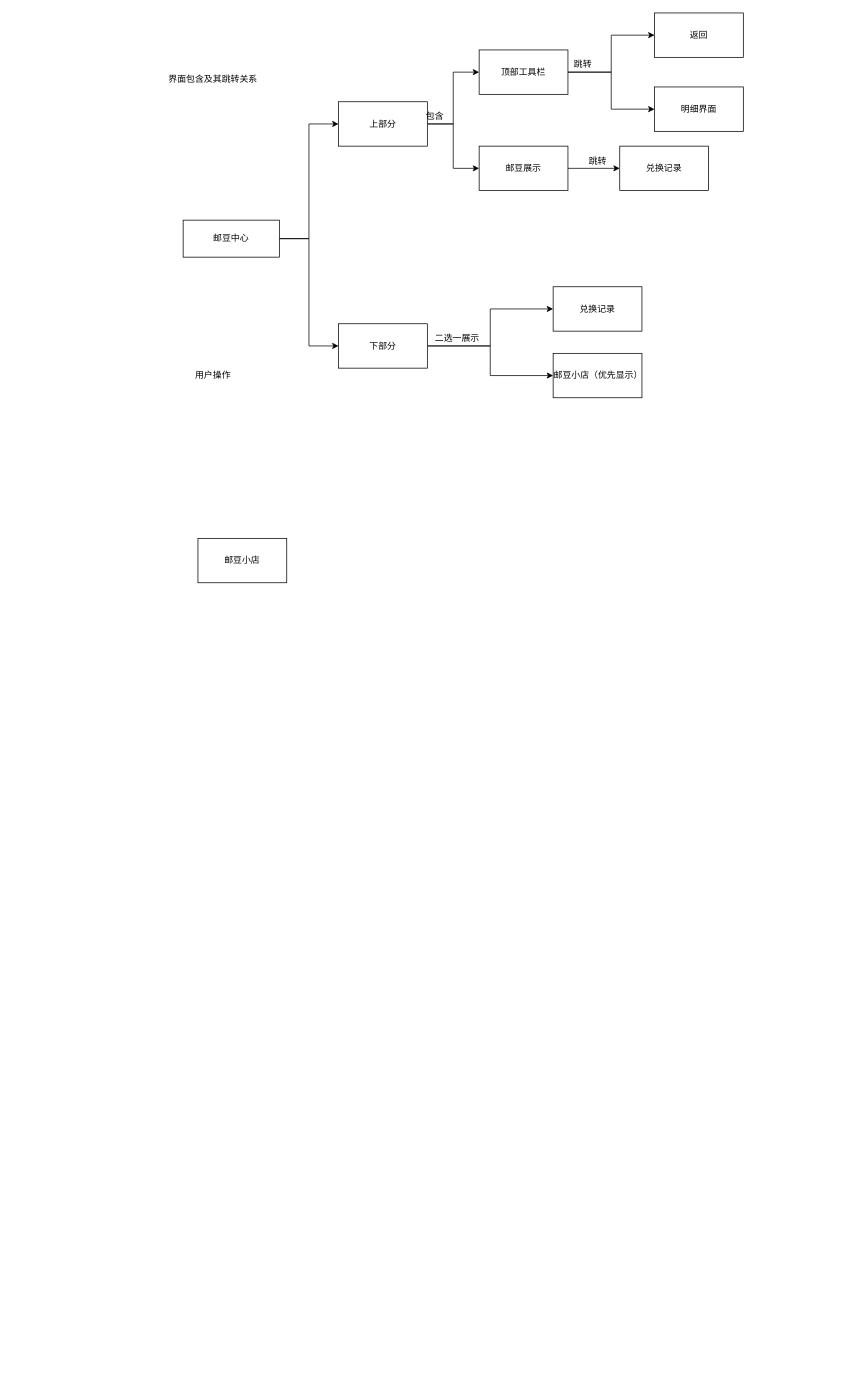
Before: src/未命名绘图.drawio in False-Mask/test, a draw.io diagram. Source tidied: cells renumbered, new cells numbered last; positions are measured from the earlier drawing's top-left corner, leaving out a move shared by most shapes. Both pictures are drawn from the tidied source at 74%, with x=0, y=0 at pixel (161, 13). Pictures stored in the file or linked from it are replaced by grey dashed boxes.
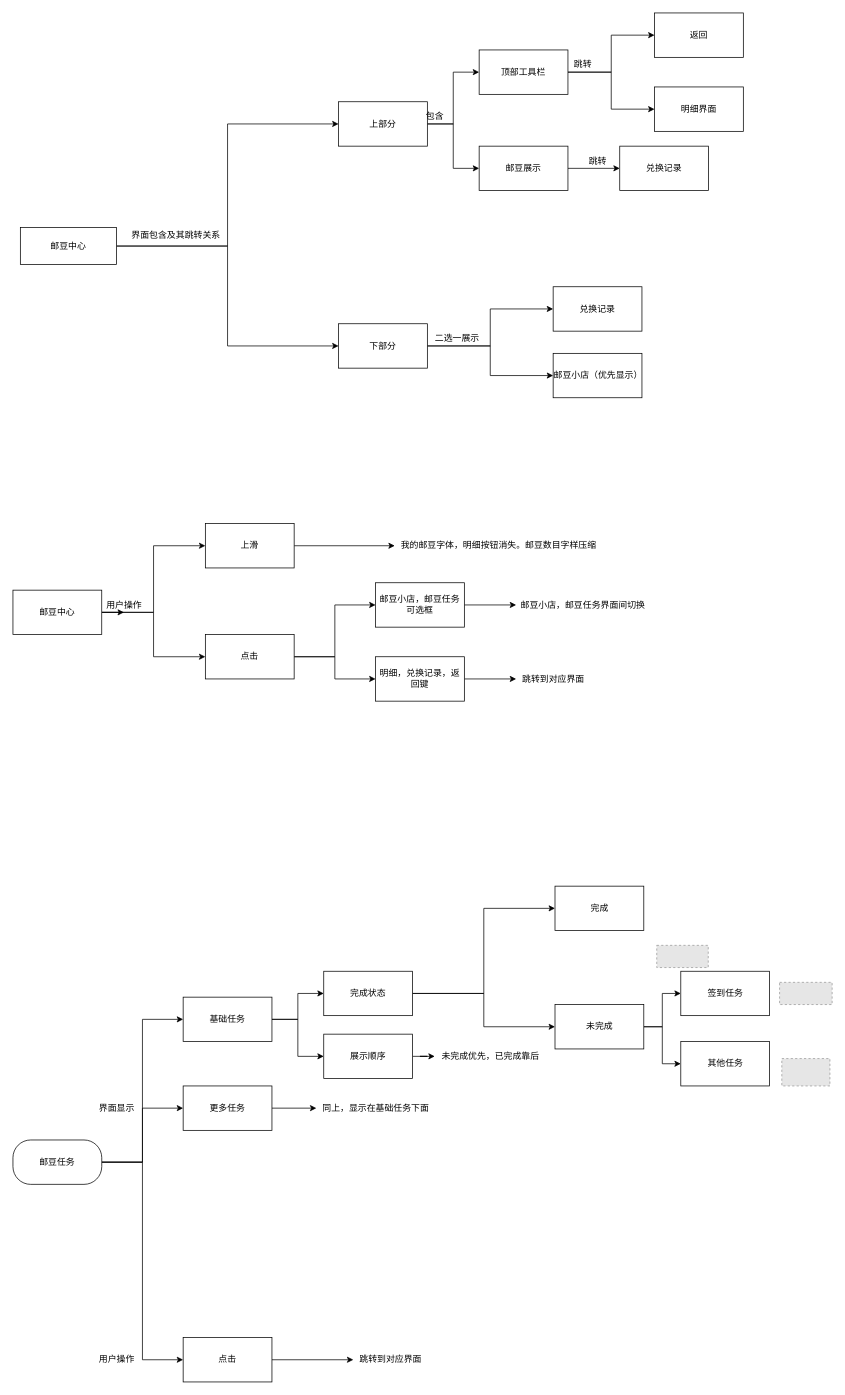
The same page after the edit.

What changed in the source:
```diff
@@
     <mxCell id="4" value="邮豆中心" style="rounded=0;whiteSpace=wrap;html=1;" parent="1" vertex="1">
-      <mxGeometry x="30" y="280" width="130" height="50" as="geometry" />
+      <mxGeometry x="-190" y="290" width="130" height="50" as="geometry" />
     </mxCell>
@@
+    <mxCell id="28" style="edgeStyle=orthogonalEdgeStyle;rounded=0;jettySize=auto;html=1;entryX=0;entryY=0.5;entryDx=0;entryDy=0;" parent="1" edge="1" source="7" target="46">
+      <mxGeometry relative="1" as="geometry" />
+    </mxCell>
+    <mxCell id="29" style="edgeStyle=orthogonalEdgeStyle;rounded=0;jettySize=auto;html=1;entryX=0;entryY=0.5;entryDx=0;entryDy=0;" parent="1" edge="1" source="7" target="49">
+      <mxGeometry relative="1" as="geometry" />
+    </mxCell>
-    <mxCell id="7" value="邮豆小店" style="rounded=0;whiteSpace=wrap;html=1;" parent="1" vertex="1">
-      <mxGeometry x="50" y="710" width="120" height="60" as="geometry" />
+    <mxCell id="7" value="完成状态" style="rounded=0;whiteSpace=wrap;html=1;" parent="1" vertex="1">
+      <mxGeometry x="220" y="1295" width="120" height="60" as="geometry" />
     </mxCell>
@@
     <mxCell id="10" value="界面包含及其跳转关系" style="text;html=1;align=center;verticalAlign=middle;strokeColor=none;" parent="1" vertex="1">
-      <mxGeometry y="80" width="140" height="20" as="geometry" />
+      <mxGeometry x="-50" y="290" width="140" height="20" as="geometry" />
     </mxCell>
@@
     <mxCell id="27" value="用户操作" style="text;html=1;align=center;verticalAlign=middle;strokeColor=none;" parent="1" vertex="1">
-      <mxGeometry x="40" y="480" width="60" height="20" as="geometry" />
+      <mxGeometry x="-80" y="790" width="60" height="20" as="geometry" />
     </mxCell>
+    <mxCell id="30" style="edgeStyle=orthogonalEdgeStyle;rounded=0;jettySize=auto;html=1;entryX=0;entryY=0.5;entryDx=0;entryDy=0;" parent="1" edge="1" source="33" target="35">
+      <mxGeometry relative="1" as="geometry" />
+    </mxCell>
+    <mxCell id="31" style="edgeStyle=orthogonalEdgeStyle;rounded=0;jettySize=auto;html=1;" parent="1" edge="1" source="33">
+      <mxGeometry relative="1" as="geometry">
+        <mxPoint x="-50" y="810" as="targetPoint" />
+      </mxGeometry>
+    </mxCell>
+    <mxCell id="32" style="edgeStyle=orthogonalEdgeStyle;rounded=0;jettySize=auto;html=1;" parent="1" edge="1" source="33" target="39">
+      <mxGeometry relative="1" as="geometry" />
+    </mxCell>
+    <mxCell id="33" value="&lt;span&gt;邮豆中心&lt;/span&gt;" style="whiteSpace=wrap;html=1;" parent="1" vertex="1">
+      <mxGeometry x="-200" y="780" width="120" height="60" as="geometry" />
+    </mxCell>
+    <mxCell id="34" style="edgeStyle=orthogonalEdgeStyle;rounded=0;jettySize=auto;html=1;" parent="1" edge="1" source="35" target="36">
+      <mxGeometry relative="1" as="geometry" />
+    </mxCell>
+    <mxCell id="35" value="上滑" style="whiteSpace=wrap;html=1;" parent="1" vertex="1">
+      <mxGeometry x="60" y="690" width="120" height="60" as="geometry" />
+    </mxCell>
+    <mxCell id="36" value="我的邮豆字体，明细按钮消失。邮豆数目字样压缩" style="text;html=1;align=center;verticalAlign=middle;points=[];strokeColor=none;" parent="1" vertex="1">
+      <mxGeometry x="316" y="710" width="280" height="20" as="geometry" />
+    </mxCell>
+    <mxCell id="37" style="edgeStyle=orthogonalEdgeStyle;rounded=0;jettySize=auto;html=1;entryX=0;entryY=0.5;entryDx=0;entryDy=0;" parent="1" edge="1" source="39" target="41">
+      <mxGeometry relative="1" as="geometry" />
+    </mxCell>
+    <mxCell id="38" style="edgeStyle=orthogonalEdgeStyle;rounded=0;jettySize=auto;html=1;entryX=0;entryY=0.5;entryDx=0;entryDy=0;" parent="1" edge="1" source="39" target="44">
+      <mxGeometry relative="1" as="geometry" />
+    </mxCell>
+    <mxCell id="39" value="点击" style="whiteSpace=wrap;html=1;" parent="1" vertex="1">
+      <mxGeometry x="60" y="840" width="120" height="60" as="geometry" />
+    </mxCell>
+    <mxCell id="40" style="edgeStyle=orthogonalEdgeStyle;rounded=0;jettySize=auto;html=1;" parent="1" edge="1" source="41" target="42">
+      <mxGeometry relative="1" as="geometry" />
+    </mxCell>
+    <mxCell id="41" value="邮豆小店，邮豆任务可选框" style="whiteSpace=wrap;html=1;" parent="1" vertex="1">
+      <mxGeometry x="290" y="770" width="120" height="60" as="geometry" />
+    </mxCell>
+    <mxCell id="42" value="&lt;span&gt;邮豆小店，邮豆任务界面间切换&lt;br&gt;&lt;/span&gt;" style="text;html=1;align=center;verticalAlign=middle;points=[];strokeColor=none;" parent="1" vertex="1">
+      <mxGeometry x="480" y="790" width="180" height="20" as="geometry" />
+    </mxCell>
+    <mxCell id="43" style="edgeStyle=orthogonalEdgeStyle;rounded=0;jettySize=auto;html=1;" parent="1" edge="1" source="44" target="45">
+      <mxGeometry relative="1" as="geometry" />
+    </mxCell>
+    <mxCell id="44" value="明细，兑换记录，返回键" style="whiteSpace=wrap;html=1;" parent="1" vertex="1">
+      <mxGeometry x="290" y="870" width="120" height="60" as="geometry" />
+    </mxCell>
+    <mxCell id="45" value="跳转到对应界面" style="text;html=1;align=center;verticalAlign=middle;points=[];strokeColor=none;" parent="1" vertex="1">
+      <mxGeometry x="480" y="890" width="100" height="20" as="geometry" />
+    </mxCell>
+    <mxCell id="46" value="完成" style="whiteSpace=wrap;html=1;" parent="1" vertex="1">
+      <mxGeometry x="532.5" y="1180" width="120" height="60" as="geometry" />
+    </mxCell>
+    <mxCell id="47" style="edgeStyle=orthogonalEdgeStyle;rounded=0;jettySize=auto;html=1;entryX=0;entryY=0.5;entryDx=0;entryDy=0;" parent="1" edge="1" source="49" target="50">
+      <mxGeometry relative="1" as="geometry" />
+    </mxCell>
+    <mxCell id="48" style="edgeStyle=orthogonalEdgeStyle;rounded=0;jettySize=auto;html=1;entryX=0;entryY=0.5;entryDx=0;entryDy=0;" parent="1" edge="1" source="49" target="51">
+      <mxGeometry relative="1" as="geometry" />
+    </mxCell>
+    <mxCell id="49" value="未完成" style="whiteSpace=wrap;html=1;" parent="1" vertex="1">
+      <mxGeometry x="532.5" y="1340" width="120" height="60" as="geometry" />
+    </mxCell>
+    <mxCell id="50" value="签到任务" style="whiteSpace=wrap;html=1;" parent="1" vertex="1">
+      <mxGeometry x="702.5" y="1295" width="120" height="60" as="geometry" />
+    </mxCell>
+    <mxCell id="51" value="其他任务" style="whiteSpace=wrap;html=1;" parent="1" vertex="1">
+      <mxGeometry x="702.5" y="1390" width="120" height="60" as="geometry" />
+    </mxCell>
+    <mxCell id="52" style="fillColor=#E6E6E6;strokeColor=#999999;dashed=1;verticalLabelPosition=bottom;labelBackgroundColor=#ffffff;verticalAlign=top;" parent="1" vertex="1">
+      <mxGeometry x="839" y="1413" width="65" height="37" as="geometry" />
+    </mxCell>
+    <mxCell id="53" style="fillColor=#E6E6E6;strokeColor=#999999;dashed=1;verticalLabelPosition=bottom;labelBackgroundColor=#ffffff;verticalAlign=top;" parent="1" vertex="1">
+      <mxGeometry x="836" y="1310" width="71" height="30" as="geometry" />
+    </mxCell>
+    <mxCell id="54" style="fillColor=#E6E6E6;strokeColor=#999999;dashed=1;verticalLabelPosition=bottom;labelBackgroundColor=#ffffff;verticalAlign=top;" parent="1" vertex="1">
+      <mxGeometry x="670" y="1260" width="69.6" height="30" as="geometry" />
+    </mxCell>
+    <mxCell id="55" style="edgeStyle=orthogonalEdgeStyle;rounded=0;jettySize=auto;html=1;entryX=0;entryY=0.5;entryDx=0;entryDy=0;" parent="1" edge="1" source="58" target="61">
+      <mxGeometry relative="1" as="geometry" />
+    </mxCell>
+    <mxCell id="56" style="edgeStyle=orthogonalEdgeStyle;rounded=0;jettySize=auto;html=1;entryX=0;entryY=0.5;entryDx=0;entryDy=0;" parent="1" edge="1" source="58" target="63">
+      <mxGeometry relative="1" as="geometry" />
+    </mxCell>
+    <mxCell id="57" style="edgeStyle=orthogonalEdgeStyle;rounded=0;jettySize=auto;html=1;entryX=0;entryY=0.5;entryDx=0;entryDy=0;" parent="1" edge="1" source="58" target="70">
+      <mxGeometry relative="1" as="geometry" />
+    </mxCell>
+    <mxCell id="58" value="邮豆任务" style="rounded=1;whiteSpace=wrap;html=1;arcSize=40;" parent="1" vertex="1">
+      <mxGeometry x="-200" y="1523" width="120" height="60" as="geometry" />
+    </mxCell>
+    <mxCell id="59" style="edgeStyle=orthogonalEdgeStyle;rounded=0;jettySize=auto;html=1;" parent="1" edge="1" source="61" target="7">
+      <mxGeometry relative="1" as="geometry" />
+    </mxCell>
+    <mxCell id="60" style="edgeStyle=orthogonalEdgeStyle;rounded=0;jettySize=auto;html=1;entryX=0;entryY=0.5;entryDx=0;entryDy=0;" parent="1" edge="1" source="61" target="65">
+      <mxGeometry relative="1" as="geometry" />
+    </mxCell>
+    <mxCell id="61" value="基础任务" style="whiteSpace=wrap;html=1;" parent="1" vertex="1">
+      <mxGeometry x="30" y="1330" width="120" height="60" as="geometry" />
+    </mxCell>
+    <mxCell id="62" style="edgeStyle=orthogonalEdgeStyle;rounded=0;jettySize=auto;html=1;" parent="1" edge="1" source="63" target="67">
+      <mxGeometry relative="1" as="geometry" />
+    </mxCell>
+    <mxCell id="63" value="更多任务" style="whiteSpace=wrap;html=1;" parent="1" vertex="1">
+      <mxGeometry x="30" y="1450" width="120" height="60" as="geometry" />
+    </mxCell>
+    <mxCell id="64" style="edgeStyle=orthogonalEdgeStyle;rounded=0;jettySize=auto;html=1;" parent="1" edge="1" source="65" target="66">
+      <mxGeometry relative="1" as="geometry" />
+    </mxCell>
+    <mxCell id="65" value="展示顺序" style="whiteSpace=wrap;html=1;" parent="1" vertex="1">
+      <mxGeometry x="220" y="1380" width="120" height="60" as="geometry" />
+    </mxCell>
+    <mxCell id="66" value="未完成优先，已完成靠后" style="text;html=1;align=center;verticalAlign=middle;points=[];strokeColor=none;" parent="1" vertex="1">
+      <mxGeometry x="370" y="1400" width="150" height="20" as="geometry" />
+    </mxCell>
+    <mxCell id="67" value="同上，显示在基础任务下面" style="text;html=1;align=center;verticalAlign=middle;points=[];strokeColor=none;" parent="1" vertex="1">
+      <mxGeometry x="210" y="1470" width="160" height="20" as="geometry" />
+    </mxCell>
+    <mxCell id="68" value="界面显示" style="text;html=1;align=center;verticalAlign=middle;strokeColor=none;" parent="1" vertex="1">
+      <mxGeometry x="-90" y="1470" width="60" height="20" as="geometry" />
+    </mxCell>
+    <mxCell id="69" style="edgeStyle=orthogonalEdgeStyle;rounded=0;jettySize=auto;html=1;" parent="1" edge="1" source="70" target="72">
+      <mxGeometry relative="1" as="geometry" />
+    </mxCell>
+    <mxCell id="70" value="点击&lt;br&gt;" style="whiteSpace=wrap;html=1;" parent="1" vertex="1">
+      <mxGeometry x="30" y="1790" width="120" height="60" as="geometry" />
+    </mxCell>
+    <mxCell id="71" value="用户操作" style="text;html=1;align=center;verticalAlign=middle;strokeColor=none;" parent="1" vertex="1">
+      <mxGeometry x="-90" y="1810" width="60" height="20" as="geometry" />
+    </mxCell>
+    <mxCell id="72" value="跳转到对应界面" style="text;html=1;align=center;verticalAlign=middle;points=[];strokeColor=none;" parent="1" vertex="1">
+      <mxGeometry x="260" y="1810" width="100" height="20" as="geometry" />
+    </mxCell>
```
